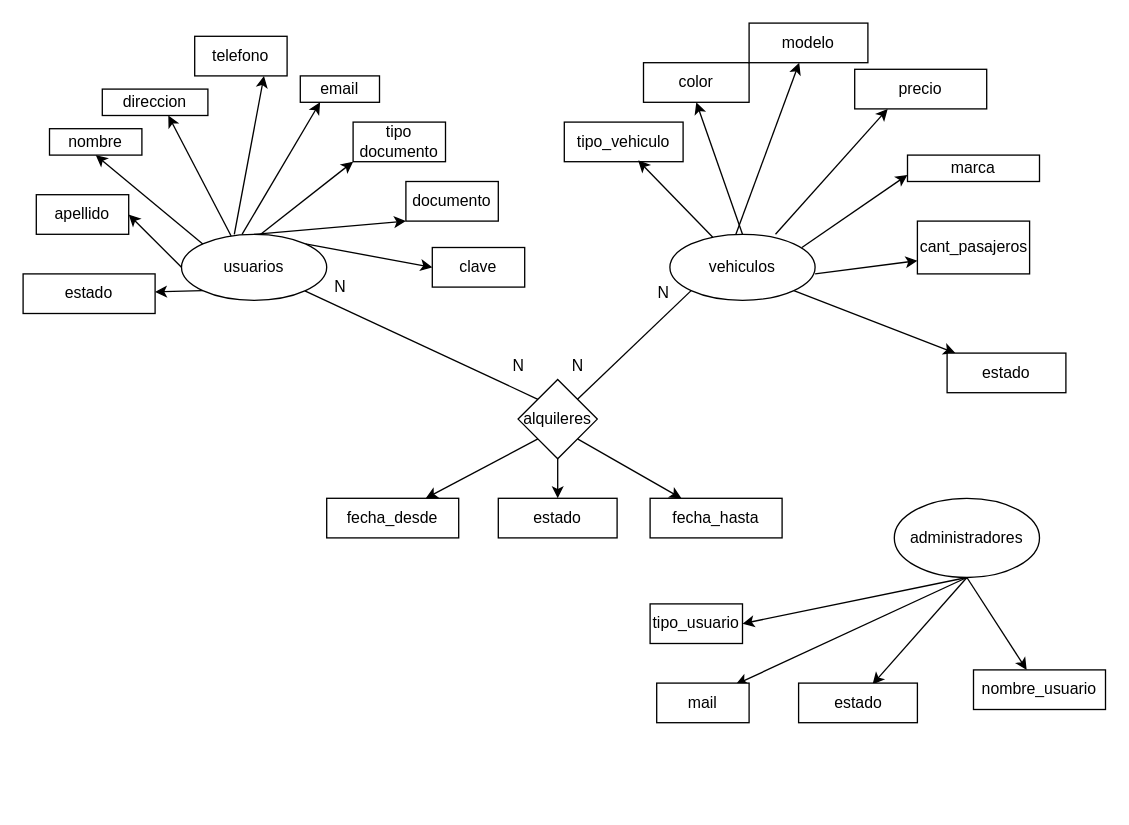
AlexanderVazquezS/Proyecto_ProgWebPHP_MySQL_AlexanderVazquez keeps this draw.io diagram as _documentacion/base_datos/Proyecto_v1_ER.drawio. Above is the earlier version. Source tidied: cells renumbered, new cells numbered last; positions are measured from the earlier drawing's top-left corner, leaving out a move shared by most shapes. Both pictures are drawn from the tidied source at 132%, with x=0, y=0 at pixel (22, 22).
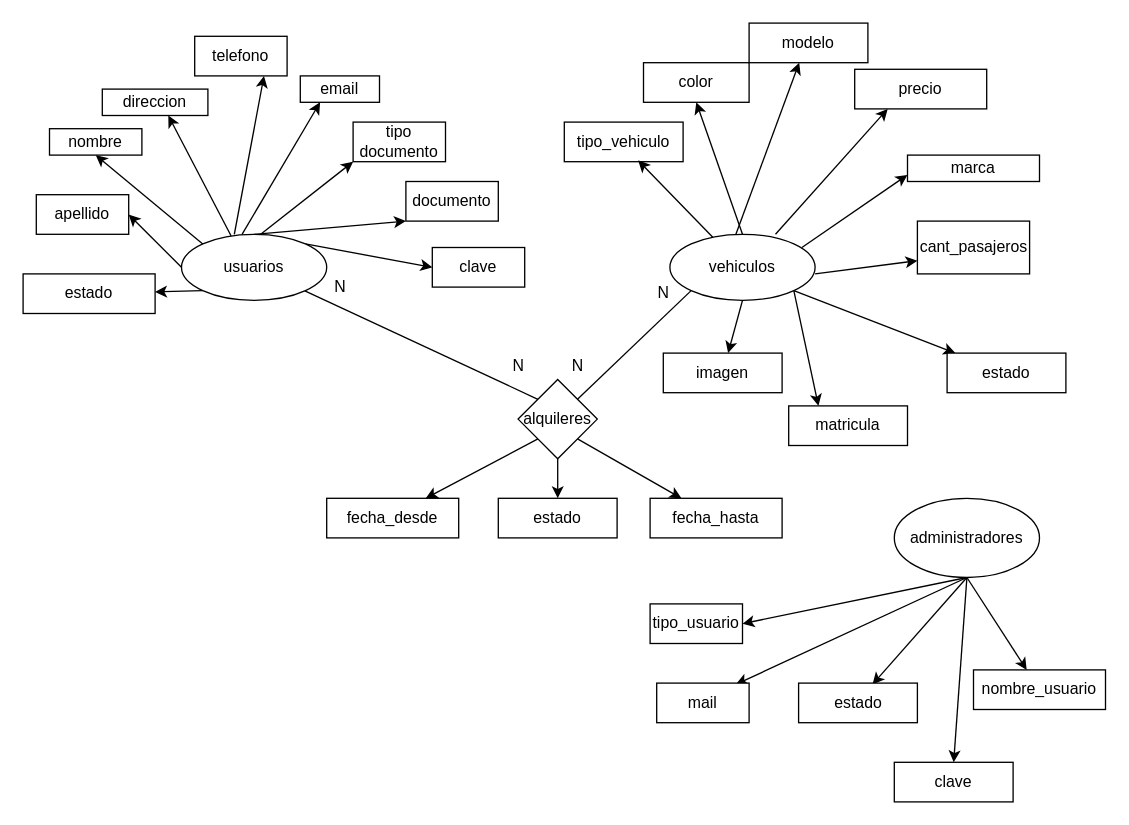
After the change.

Unchanged cells that the change refers to:
```xml
<mxCell id="19" value="vehiculos" style="ellipse;whiteSpace=wrap;html=1;" parent="1" vertex="1">
  <mxGeometry x="490" y="160" width="110" height="50" as="geometry" />
</mxCell>
<mxCell id="38" value="administradores" style="ellipse;whiteSpace=wrap;html=1;" parent="1" vertex="1">
  <mxGeometry x="660" y="360" width="110" height="60" as="geometry" />
</mxCell>
```

What changed in the source:
```diff
@@
+    <mxCell id="58" style="edgeStyle=none;html=1;exitX=1;exitY=1;exitDx=0;exitDy=0;entryX=0.25;entryY=0;entryDx=0;entryDy=0;" parent="1" edge="1" source="19" target="63">
+      <mxGeometry relative="1" as="geometry" />
+    </mxCell>
+    <mxCell id="59" style="edgeStyle=none;html=1;exitX=0.5;exitY=1;exitDx=0;exitDy=0;" parent="1" edge="1" source="19" target="62">
+      <mxGeometry relative="1" as="geometry" />
+    </mxCell>
@@
+    <mxCell id="60" style="edgeStyle=none;html=1;exitX=0.5;exitY=1;exitDx=0;exitDy=0;entryX=0.5;entryY=0;entryDx=0;entryDy=0;" parent="1" edge="1" source="38" target="61">
+      <mxGeometry relative="1" as="geometry" />
+    </mxCell>
@@
+    <mxCell id="61" value="clave" style="rounded=0;whiteSpace=wrap;html=1;" parent="1" vertex="1">
+      <mxGeometry x="660" y="560" width="90" height="30" as="geometry" />
+    </mxCell>
+    <mxCell id="62" value="imagen" style="rounded=0;whiteSpace=wrap;html=1;" parent="1" vertex="1">
+      <mxGeometry x="485" y="250" width="90" height="30" as="geometry" />
+    </mxCell>
+    <mxCell id="63" value="matricula" style="rounded=0;whiteSpace=wrap;html=1;" parent="1" vertex="1">
+      <mxGeometry x="580" y="290" width="90" height="30" as="geometry" />
+    </mxCell>
```
